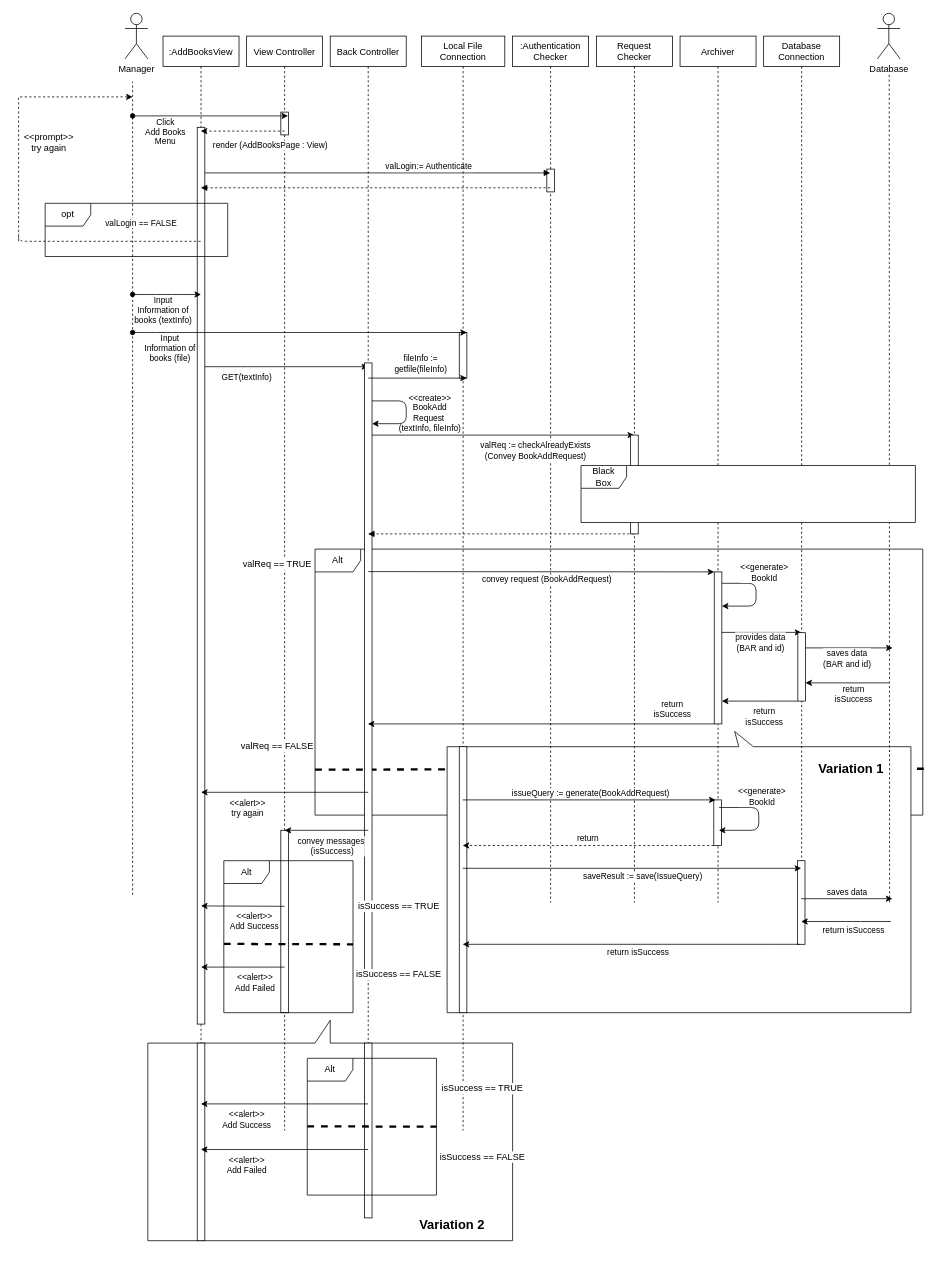
The draw.io diagram docs/SequenceDiagram/diagrams/SD-UC-03.drawio in youngkwon02/Enhanced-library-management, before the edit. Source tidied: cells renumbered, new cells numbered last; positions are measured from the earlier drawing's top-left corner, leaving out a move shared by most shapes. Both pictures are drawn from the tidied source at 76%, with x=0, y=0 at pixel (18, 13).
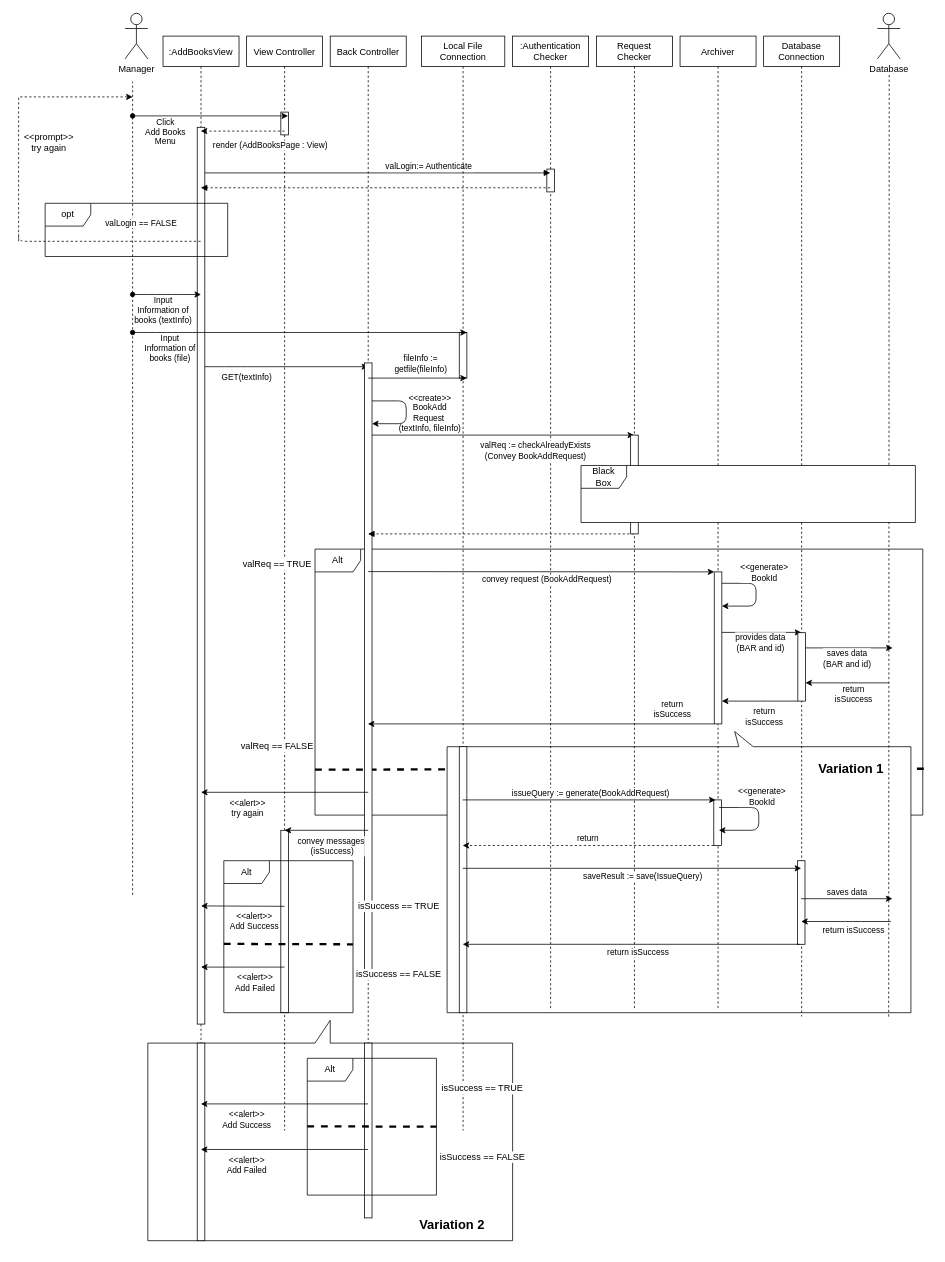
Above is the later version.

Unchanged cells that the change refers to:
```xml
<mxCell id="4" style="shape=callout;whiteSpace=wrap;html=1;perimeter=calloutPerimeter;position2=0.38;size=20;position=0.34;base=19;rotation=-180;" parent="1" vertex="1">
  <mxGeometry x="563.8" y="945" width="610.3" height="370" as="geometry" />
</mxCell>
```

What changed in the source:
```diff
@@
     <mxCell id="8" value=":Authentication&#10;Checker" style="shape=umlLifeline;perimeter=lifelinePerimeter;rounded=0;shadow=0;strokeWidth=1;" parent="1" vertex="1">
-      <mxGeometry x="650" y="30" width="100" height="1140" as="geometry" />
+      <mxGeometry x="650" y="30" width="100" height="1280" as="geometry" />
     </mxCell>
@@
     <mxCell id="70" value="Request&#10;Checker" style="shape=umlLifeline;perimeter=lifelinePerimeter;rounded=0;shadow=0;strokeWidth=1;" parent="1" vertex="1">
-      <mxGeometry x="760.3" y="30" width="100" height="1140" as="geometry" />
+      <mxGeometry x="760.3" y="30" width="100" height="1280" as="geometry" />
     </mxCell>
@@
     <mxCell id="72" value="Archiver" style="shape=umlLifeline;perimeter=lifelinePerimeter;rounded=0;shadow=0;strokeWidth=1;" parent="1" vertex="1">
-      <mxGeometry x="870.3" y="30" width="100" height="1140" as="geometry" />
+      <mxGeometry x="870.3" y="30" width="100" height="1280" as="geometry" />
     </mxCell>
@@
     <mxCell id="74" value="Database&#10;Connection" style="shape=umlLifeline;perimeter=lifelinePerimeter;rounded=0;shadow=0;strokeWidth=1;" parent="1" vertex="1">
-      <mxGeometry x="980.3" y="30" width="100" height="1140" as="geometry" />
+      <mxGeometry x="980.3" y="30" width="100" height="1290" as="geometry" />
     </mxCell>
@@
-    <mxCell id="76" style="endArrow=none;dashed=1;html=1;" parent="1" edge="1">
+    <mxCell id="76" style="endArrow=none;dashed=1;html=1;exitX=0.048;exitY=-0.014;exitDx=0;exitDy=0;exitPerimeter=0;" parent="1" edge="1" source="4">
       <mxGeometry relative="1" as="geometry">
-        <mxPoint x="1146" y="1170" as="sourcePoint" />
         <mxPoint x="1145.5" y="80" as="targetPoint" />
       </mxGeometry>
     </mxCell>
```
